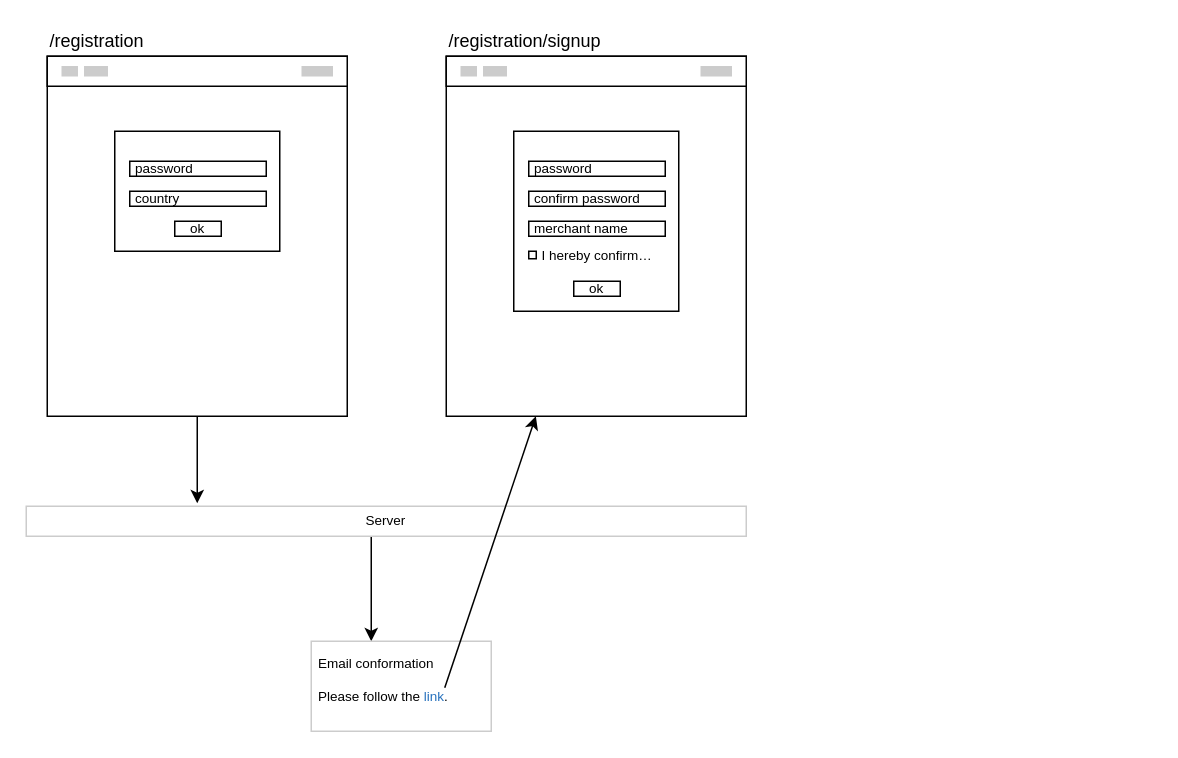
Above: page "Registration" (1 of 5) of auth.drawio in ajile/draw-io (draw.io), before the change. Source tidied: cells renumbered, new cells numbered last; positions are measured from the earlier drawing's top-left corner, leaving out a move shared by most shapes. Both pictures are drawn from the tidied source at 150%, with x=0, y=0 at pixel (26, 26).
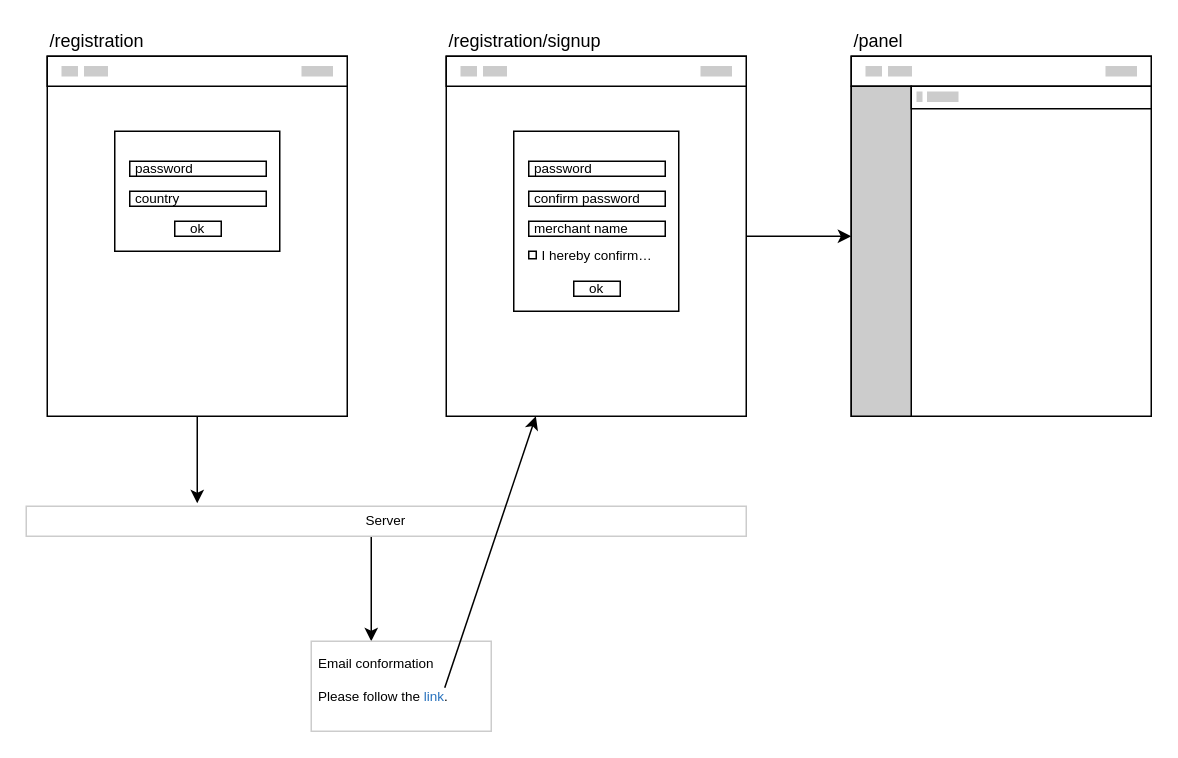
After the change.

Unchanged cells that the change refers to:
```xml
<mxCell id="22" style="rounded=0;whiteSpace=wrap;html=1;" parent="21" vertex="1">
  <mxGeometry width="200" height="240" as="geometry" />
</mxCell>
```

Diff of the diagram source:
```diff
@@
+    <mxCell id="35" parent="0" />
@@
+    <mxCell id="36" style="group;" parent="1" vertex="1">
+      <mxGeometry x="550" width="200" height="260" as="geometry" />
+    </mxCell>
+    <mxCell id="37" style="group;" parent="36" vertex="1">
+      <mxGeometry width="200" height="260" as="geometry" />
+    </mxCell>
+    <mxCell id="38" style="group;" parent="37" vertex="1">
+      <mxGeometry width="200" height="260" as="geometry" />
+    </mxCell>
+    <mxCell id="39" style="group;" parent="38" vertex="1">
+      <mxGeometry y="20" width="200" height="240" as="geometry" />
+    </mxCell>
+    <mxCell id="40" style="rounded=0;whiteSpace=wrap;html=1;" parent="39" vertex="1">
+      <mxGeometry width="200" height="240" as="geometry" />
+    </mxCell>
+    <mxCell id="41" style="rounded=0;whiteSpace=wrap;html=1;" parent="39" vertex="1">
+      <mxGeometry width="200" height="20" as="geometry" />
+    </mxCell>
+    <mxCell id="42" style="rounded=0;whiteSpace=wrap;html=1;fillColor=#CCCCCC;strokeColor=#CCCCCC;" parent="39" vertex="1">
+      <mxGeometry x="10" y="7" width="10" height="6" as="geometry" />
+    </mxCell>
+    <mxCell id="43" style="rounded=0;whiteSpace=wrap;html=1;fillColor=#CCCCCC;strokeColor=#CCCCCC;" parent="39" vertex="1">
+      <mxGeometry x="170" y="7" width="20" height="6" as="geometry" />
+    </mxCell>
+    <mxCell id="44" style="rounded=0;whiteSpace=wrap;html=1;fillColor=#CCCCCC;strokeColor=#CCCCCC;" parent="39" vertex="1">
+      <mxGeometry x="25" y="7" width="15" height="6" as="geometry" />
+    </mxCell>
+    <mxCell id="45" style="rounded=0;whiteSpace=wrap;html=1;fillColor=#CCCCCC;" parent="39" vertex="1">
+      <mxGeometry y="20" width="40" height="220" as="geometry" />
+    </mxCell>
+    <mxCell id="46" value="/panel" style="text;html=1;strokeColor=none;fillColor=none;align=left;verticalAlign=middle;whiteSpace=wrap;rounded=0;fontSize=12;" parent="38" vertex="1">
+      <mxGeometry width="200" height="20" as="geometry" />
+    </mxCell>
+    <mxCell id="47" style="rounded=0;whiteSpace=wrap;html=1;" parent="36" vertex="1">
+      <mxGeometry x="40" y="40" width="160" height="15" as="geometry" />
+    </mxCell>
+    <mxCell id="48" style="rounded=0;whiteSpace=wrap;html=1;fillColor=#CCCCCC;strokeColor=#CCCCCC;" parent="36" vertex="1">
+      <mxGeometry x="44" y="44" width="3" height="6" as="geometry" />
+    </mxCell>
+    <mxCell id="49" style="rounded=0;whiteSpace=wrap;html=1;fillColor=#CCCCCC;strokeColor=#CCCCCC;" parent="36" vertex="1">
+      <mxGeometry x="51" y="44" width="20" height="6" as="geometry" />
+    </mxCell>
+    <mxCell id="50" style="edgeStyle=elbowEdgeStyle;rounded=0;jettySize=auto;elbow=vertical;html=1;" parent="1" edge="1" source="22" target="40">
+      <mxGeometry relative="1" as="geometry" />
+    </mxCell>
```
